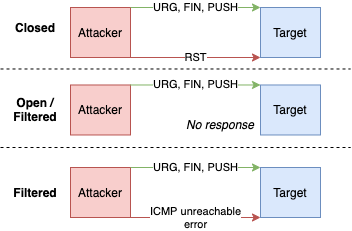
This is chapters/03-scanning-networks/img/xmas-scan.png from undergroundwires/CEH-in-bullet-points, a draw.io export, as it was before one commit. Source tidied: cells renumbered, new cells last; positions are measured from the earlier drawing's top-left corner, leaving out a move shared by most shapes. Source of this version:
```xml
<mxGraphModel>
  <root>
    <mxCell id="0" />
    <mxCell id="1" parent="0" />
    <mxCell id="2" value="Closed" style="text;html=1;strokeColor=none;fillColor=none;align=center;verticalAlign=middle;whiteSpace=wrap;rounded=0;fontStyle=1;" parent="1" vertex="1">
      <mxGeometry y="10.5" width="70" height="20" as="geometry" />
    </mxCell>
    <mxCell id="3" value="Filtered" style="text;html=1;strokeColor=none;fillColor=none;align=center;verticalAlign=middle;whiteSpace=wrap;rounded=0;fontStyle=1;" parent="1" vertex="1">
      <mxGeometry y="175" width="70" height="20" as="geometry" />
    </mxCell>
    <mxCell id="4" value="Attacker" style="rounded=0;whiteSpace=wrap;html=1;fillColor=#f8cecc;strokeColor=#b85450;" parent="1" vertex="1">
      <mxGeometry x="70" width="60" height="50" as="geometry" />
    </mxCell>
    <mxCell id="5" value="Target" style="rounded=0;whiteSpace=wrap;html=1;fillColor=#dae8fc;strokeColor=#6c8ebf;" parent="1" vertex="1">
      <mxGeometry x="260" width="60" height="50" as="geometry" />
    </mxCell>
    <mxCell id="6" value="URG, FIN, PUSH" style="endArrow=classic;html=1;exitX=1;exitY=0;exitDx=0;exitDy=0;entryX=0;entryY=0;entryDx=0;entryDy=0;fillColor=#d5e8d4;strokeColor=#82b366;" parent="1" edge="1" source="4" target="5">
      <mxGeometry relative="1" as="geometry" />
    </mxCell>
    <mxCell id="7" value="RST" style="endArrow=classic;html=1;entryX=0;entryY=1;entryDx=0;entryDy=0;fillColor=#f8cecc;strokeColor=#b85450;exitX=1;exitY=1;exitDx=0;exitDy=0;" parent="1" edge="1" source="4" target="5">
      <mxGeometry relative="1" as="geometry" />
    </mxCell>
    <mxCell id="8" value="Attacker" style="rounded=0;whiteSpace=wrap;html=1;fillColor=#f8cecc;strokeColor=#b85450;" parent="1" vertex="1">
      <mxGeometry x="70" y="77.5" width="60" height="50" as="geometry" />
    </mxCell>
    <mxCell id="9" value="Target" style="rounded=0;whiteSpace=wrap;html=1;fillColor=#dae8fc;strokeColor=#6c8ebf;" parent="1" vertex="1">
      <mxGeometry x="260" y="77.5" width="60" height="50" as="geometry" />
    </mxCell>
    <mxCell id="10" value="URG, FIN, PUSH" style="endArrow=classic;html=1;exitX=1;exitY=0;exitDx=0;exitDy=0;entryX=0;entryY=0;entryDx=0;entryDy=0;fillColor=#d5e8d4;strokeColor=#82b366;" parent="1" edge="1" source="8" target="9">
      <mxGeometry relative="1" as="geometry" />
    </mxCell>
    <mxCell id="11" style="endArrow=none;dashed=1;html=1;" parent="1" edge="1">
      <mxGeometry relative="1" as="geometry">
        <mxPoint y="61.5" as="sourcePoint" />
        <mxPoint x="350" y="61.5" as="targetPoint" />
      </mxGeometry>
    </mxCell>
    <mxCell id="12" value="Attacker" style="rounded=0;whiteSpace=wrap;html=1;fillColor=#f8cecc;strokeColor=#b85450;" parent="1" vertex="1">
      <mxGeometry x="70" y="160" width="60" height="50" as="geometry" />
    </mxCell>
    <mxCell id="13" value="Target" style="rounded=0;whiteSpace=wrap;html=1;fillColor=#dae8fc;strokeColor=#6c8ebf;" parent="1" vertex="1">
      <mxGeometry x="260" y="160" width="60" height="50" as="geometry" />
    </mxCell>
    <mxCell id="14" value="URG, FIN, PUSH" style="endArrow=classic;html=1;exitX=1;exitY=0;exitDx=0;exitDy=0;entryX=0;entryY=0;entryDx=0;entryDy=0;fillColor=#d5e8d4;strokeColor=#82b366;" parent="1" edge="1" source="12" target="13">
      <mxGeometry relative="1" as="geometry" />
    </mxCell>
    <mxCell id="15" value="ICMP unreachable&lt;br&gt;error" style="endArrow=classic;html=1;entryX=0;entryY=1;entryDx=0;entryDy=0;fillColor=#f8cecc;strokeColor=#b85450;exitX=1;exitY=1;exitDx=0;exitDy=0;" parent="1" edge="1" source="12" target="13">
      <mxGeometry relative="1" as="geometry" />
    </mxCell>
    <mxCell id="16" value="No response" style="text;html=1;strokeColor=none;fillColor=none;align=center;verticalAlign=middle;whiteSpace=wrap;rounded=0;fontStyle=2;" parent="1" vertex="1">
      <mxGeometry x="180" y="107.5" width="80" height="20" as="geometry" />
    </mxCell>
    <mxCell id="17" style="endArrow=none;dashed=1;html=1;" parent="1" edge="1">
      <mxGeometry relative="1" as="geometry">
        <mxPoint y="140" as="sourcePoint" />
        <mxPoint x="350" y="140" as="targetPoint" />
      </mxGeometry>
    </mxCell>
    <mxCell id="18" value="Open / Filtered" style="text;html=1;strokeColor=none;fillColor=none;align=center;verticalAlign=middle;whiteSpace=wrap;rounded=0;fontStyle=1;" parent="1" vertex="1">
      <mxGeometry y="92.5" width="70" height="20" as="geometry" />
    </mxCell>
  </root>
</mxGraphModel>
```
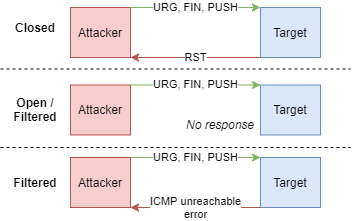
The same file after the commit.

Commit message:
Correct Xmas scan responses in diagram #6

What changed in the source:
```diff
@@ -5,8 +5,8 @@
     <mxCell id="2" value="Closed" style="text;html=1;strokeColor=none;fillColor=none;align=center;verticalAlign=middle;whiteSpace=wrap;rounded=0;fontStyle=1;" parent="1" vertex="1">
       <mxGeometry y="10.5" width="70" height="20" as="geometry" />
     </mxCell>
-    <mxCell id="3" value="Filtered" style="text;html=1;strokeColor=none;fillColor=none;align=center;verticalAlign=middle;whiteSpace=wrap;rounded=0;fontStyle=1;" parent="1" vertex="1">
-      <mxGeometry y="175" width="70" height="20" as="geometry" />
+    <mxCell id="3" value="Open / Filtered" style="text;html=1;strokeColor=none;fillColor=none;align=center;verticalAlign=middle;whiteSpace=wrap;rounded=0;fontStyle=1;" parent="1" vertex="1">
+      <mxGeometry y="92.5" width="70" height="20" as="geometry" />
     </mxCell>
     <mxCell id="4" value="Attacker" style="rounded=0;whiteSpace=wrap;html=1;fillColor=#f8cecc;strokeColor=#b85450;" parent="1" vertex="1">
       <mxGeometry x="70" width="60" height="50" as="geometry" />
@@ -15,9 +15,13 @@
       <mxGeometry x="260" width="60" height="50" as="geometry" />
     </mxCell>
     <mxCell id="6" value="URG, FIN, PUSH" style="endArrow=classic;html=1;exitX=1;exitY=0;exitDx=0;exitDy=0;entryX=0;entryY=0;entryDx=0;entryDy=0;fillColor=#d5e8d4;strokeColor=#82b366;" parent="1" edge="1" source="4" target="5">
-      <mxGeometry relative="1" as="geometry" />
+      <mxGeometry relative="1" as="geometry">
+        <Array as="points">
+          <mxPoint x="190" />
+        </Array>
+      </mxGeometry>
     </mxCell>
-    <mxCell id="7" value="RST" style="endArrow=classic;html=1;entryX=0;entryY=1;entryDx=0;entryDy=0;fillColor=#f8cecc;strokeColor=#b85450;exitX=1;exitY=1;exitDx=0;exitDy=0;" parent="1" edge="1" source="4" target="5">
+    <mxCell id="7" value="RST" style="endArrow=classic;html=1;entryX=1;entryY=1;entryDx=0;entryDy=0;fillColor=#f8cecc;strokeColor=#b85450;exitX=0;exitY=1;exitDx=0;exitDy=0;" parent="1" edge="1" source="5" target="4">
       <mxGeometry relative="1" as="geometry" />
     </mxCell>
     <mxCell id="8" value="Attacker" style="rounded=0;whiteSpace=wrap;html=1;fillColor=#f8cecc;strokeColor=#b85450;" parent="1" vertex="1">
@@ -36,28 +40,28 @@
       </mxGeometry>
     </mxCell>
     <mxCell id="12" value="Attacker" style="rounded=0;whiteSpace=wrap;html=1;fillColor=#f8cecc;strokeColor=#b85450;" parent="1" vertex="1">
-      <mxGeometry x="70" y="160" width="60" height="50" as="geometry" />
+      <mxGeometry x="70" y="150" width="60" height="50" as="geometry" />
     </mxCell>
     <mxCell id="13" value="Target" style="rounded=0;whiteSpace=wrap;html=1;fillColor=#dae8fc;strokeColor=#6c8ebf;" parent="1" vertex="1">
-      <mxGeometry x="260" y="160" width="60" height="50" as="geometry" />
+      <mxGeometry x="260" y="150" width="60" height="50" as="geometry" />
     </mxCell>
     <mxCell id="14" value="URG, FIN, PUSH" style="endArrow=classic;html=1;exitX=1;exitY=0;exitDx=0;exitDy=0;entryX=0;entryY=0;entryDx=0;entryDy=0;fillColor=#d5e8d4;strokeColor=#82b366;" parent="1" edge="1" source="12" target="13">
       <mxGeometry relative="1" as="geometry" />
     </mxCell>
-    <mxCell id="15" value="ICMP unreachable&lt;br&gt;error" style="endArrow=classic;html=1;entryX=0;entryY=1;entryDx=0;entryDy=0;fillColor=#f8cecc;strokeColor=#b85450;exitX=1;exitY=1;exitDx=0;exitDy=0;" parent="1" edge="1" source="12" target="13">
+    <mxCell id="15" value="ICMP unreachable&lt;br&gt;error" style="endArrow=classic;html=1;entryX=1;entryY=1;entryDx=0;entryDy=0;fillColor=#f8cecc;strokeColor=#b85450;exitX=0;exitY=1;exitDx=0;exitDy=0;" parent="1" edge="1" source="13" target="12">
       <mxGeometry relative="1" as="geometry" />
     </mxCell>
     <mxCell id="16" value="No response" style="text;html=1;strokeColor=none;fillColor=none;align=center;verticalAlign=middle;whiteSpace=wrap;rounded=0;fontStyle=2;" parent="1" vertex="1">
       <mxGeometry x="180" y="107.5" width="80" height="20" as="geometry" />
     </mxCell>
-    <mxCell id="17" style="endArrow=none;dashed=1;html=1;" parent="1" edge="1">
-      <mxGeometry relative="1" as="geometry">
-        <mxPoint y="140" as="sourcePoint" />
-        <mxPoint x="350" y="140" as="targetPoint" />
-      </mxGeometry>
-    </mxCell>
-    <mxCell id="18" value="Open / Filtered" style="text;html=1;strokeColor=none;fillColor=none;align=center;verticalAlign=middle;whiteSpace=wrap;rounded=0;fontStyle=1;" parent="1" vertex="1">
-      <mxGeometry y="92.5" width="70" height="20" as="geometry" />
-    </mxCell>
+    <mxCell id="19" style="endArrow=none;dashed=1;html=1;" parent="1" edge="1">
+      <mxGeometry relative="1" as="geometry">
+        <mxPoint y="140" as="sourcePoint" />
+        <mxPoint x="350" y="140" as="targetPoint" />
+      </mxGeometry>
+    </mxCell>
+    <mxCell id="20" value="Filtered" style="text;html=1;strokeColor=none;fillColor=none;align=center;verticalAlign=middle;whiteSpace=wrap;rounded=0;fontStyle=1;" parent="1" vertex="1">
+      <mxGeometry y="165" width="70" height="20" as="geometry" />
+    </mxCell>
   </root>
 </mxGraphModel>
```
